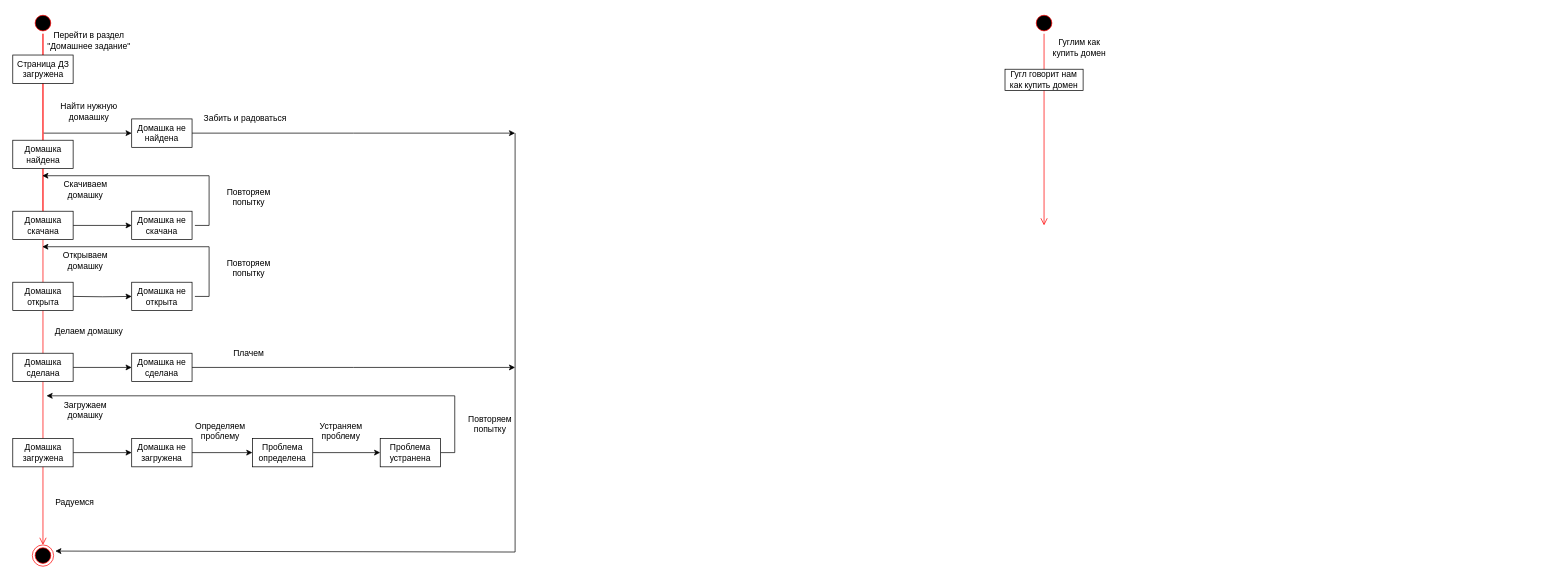
The draw.io diagram Untitled Diagram.drawio in NikitaSparkle/drawio, before the edit. Source tidied: cells renumbered, new cells numbered last; positions are measured from the earlier drawing's top-left corner, leaving out a move shared by most shapes. Both pictures are drawn from the tidied source at 71%, with x=0, y=0 at pixel (12, 12).
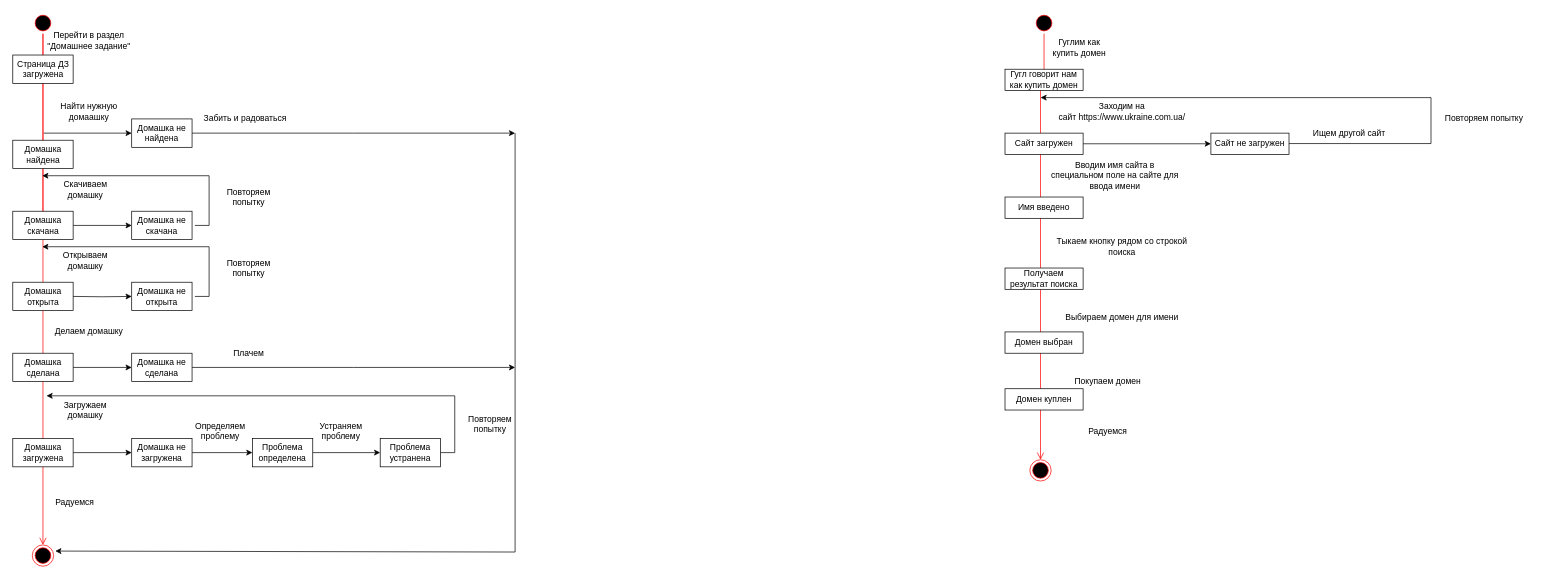
The same page after the edit.

What changed in the source:
```diff
@@
     <mxCell id="48" style="edgeStyle=orthogonalEdgeStyle;html=1;verticalAlign=bottom;endArrow=open;endSize=8;strokeColor=#ff0000;" parent="1" edge="1">
       <mxGeometry relative="1" as="geometry">
         <mxPoint x="1453" y="30" as="sourcePoint" />
-        <mxPoint x="1453" y="300" as="targetPoint" />
+        <mxPoint x="1448" y="630" as="targetPoint" />
         <Array as="points">
           <mxPoint x="1453" y="90" />
         </Array>
       </mxGeometry>
     </mxCell>
@@
+    <mxCell id="51" value="Заходим на сайт&amp;nbsp;https://www.ukraine.com.ua/" style="text;html=1;strokeColor=none;fillColor=none;align=center;verticalAlign=middle;whiteSpace=wrap;rounded=0;" parent="1" vertex="1">
+      <mxGeometry x="1468" y="130" width="190" height="20" as="geometry" />
+    </mxCell>
+    <mxCell id="52" style="edgeStyle=orthogonalEdgeStyle;rounded=0;jettySize=auto;html=1;exitX=1;exitY=0.5;exitDx=0;exitDy=0;" parent="1" edge="1" source="53" target="56">
+      <mxGeometry relative="1" as="geometry" />
+    </mxCell>
+    <mxCell id="53" value="Сайт загружен" style="rounded=0;whiteSpace=wrap;html=1;" parent="1" vertex="1">
+      <mxGeometry x="1398" y="170" width="110" height="30" as="geometry" />
+    </mxCell>
+    <mxCell id="54" value="Вводим имя сайта в специальном поле на сайте для ввода имени" style="text;html=1;strokeColor=none;fillColor=none;align=center;verticalAlign=middle;whiteSpace=wrap;rounded=0;" parent="1" vertex="1">
+      <mxGeometry x="1458" y="220" width="190" height="20" as="geometry" />
+    </mxCell>
+    <mxCell id="55" value="Имя введено" style="rounded=0;whiteSpace=wrap;html=1;" parent="1" vertex="1">
+      <mxGeometry x="1398" y="260" width="110" height="30" as="geometry" />
+    </mxCell>
+    <mxCell id="56" value="Сайт не загружен" style="rounded=0;whiteSpace=wrap;html=1;" parent="1" vertex="1">
+      <mxGeometry x="1688" y="170" width="110" height="30" as="geometry" />
+    </mxCell>
+    <mxCell id="57" style="edgeStyle=orthogonalEdgeStyle;rounded=0;orthogonalLoop=1;jettySize=auto;html=1;exitX=1;exitY=0.5;exitDx=0;exitDy=0;" parent="1" edge="1">
+      <mxGeometry relative="1" as="geometry">
+        <mxPoint x="1798" y="184.7" as="sourcePoint" />
+        <mxPoint x="1448" y="120" as="targetPoint" />
+        <Array as="points">
+          <mxPoint x="1998" y="185" />
+          <mxPoint x="1998" y="120" />
+        </Array>
+      </mxGeometry>
+    </mxCell>
+    <mxCell id="58" value="Ищем другой сайт" style="text;html=1;strokeColor=none;fillColor=none;align=center;verticalAlign=middle;whiteSpace=wrap;rounded=0;" parent="1" vertex="1">
+      <mxGeometry x="1788" y="160" width="190" height="20" as="geometry" />
+    </mxCell>
+    <mxCell id="59" value="Повторяем попытку" style="text;html=1;strokeColor=none;fillColor=none;align=center;verticalAlign=middle;whiteSpace=wrap;rounded=0;" parent="1" vertex="1">
+      <mxGeometry x="1978" y="140" width="190" height="20" as="geometry" />
+    </mxCell>
+    <mxCell id="60" value="Тыкаем кнопку рядом со строкой поиска" style="text;html=1;strokeColor=none;fillColor=none;align=center;verticalAlign=middle;whiteSpace=wrap;rounded=0;" parent="1" vertex="1">
+      <mxGeometry x="1468" y="320" width="190" height="20" as="geometry" />
+    </mxCell>
+    <mxCell id="61" value="Получаем результат поиска" style="rounded=0;whiteSpace=wrap;html=1;" parent="1" vertex="1">
+      <mxGeometry x="1398" y="360" width="110" height="30" as="geometry" />
+    </mxCell>
+    <mxCell id="62" value="Выбираем домен для имени" style="text;html=1;strokeColor=none;fillColor=none;align=center;verticalAlign=middle;whiteSpace=wrap;rounded=0;" parent="1" vertex="1">
+      <mxGeometry x="1468" y="420" width="190" height="20" as="geometry" />
+    </mxCell>
+    <mxCell id="63" value="Домен выбран" style="rounded=0;whiteSpace=wrap;html=1;" parent="1" vertex="1">
+      <mxGeometry x="1398" y="450" width="110" height="30" as="geometry" />
+    </mxCell>
+    <mxCell id="64" value="Покупаем домен" style="text;html=1;strokeColor=none;fillColor=none;align=center;verticalAlign=middle;whiteSpace=wrap;rounded=0;" parent="1" vertex="1">
+      <mxGeometry x="1448" y="510" width="190" height="20" as="geometry" />
+    </mxCell>
+    <mxCell id="65" value="Домен куплен" style="rounded=0;whiteSpace=wrap;html=1;" parent="1" vertex="1">
+      <mxGeometry x="1398" y="530" width="110" height="30" as="geometry" />
+    </mxCell>
+    <mxCell id="66" value="Радуемся" style="text;html=1;strokeColor=none;fillColor=none;align=center;verticalAlign=middle;whiteSpace=wrap;rounded=0;" parent="1" vertex="1">
+      <mxGeometry x="1448" y="580" width="190" height="20" as="geometry" />
+    </mxCell>
+    <mxCell id="67" style="ellipse;html=1;shape=endState;fillColor=#000000;strokeColor=#ff0000;" parent="1" vertex="1">
+      <mxGeometry x="1433" y="630" width="30" height="30" as="geometry" />
+    </mxCell>
```
